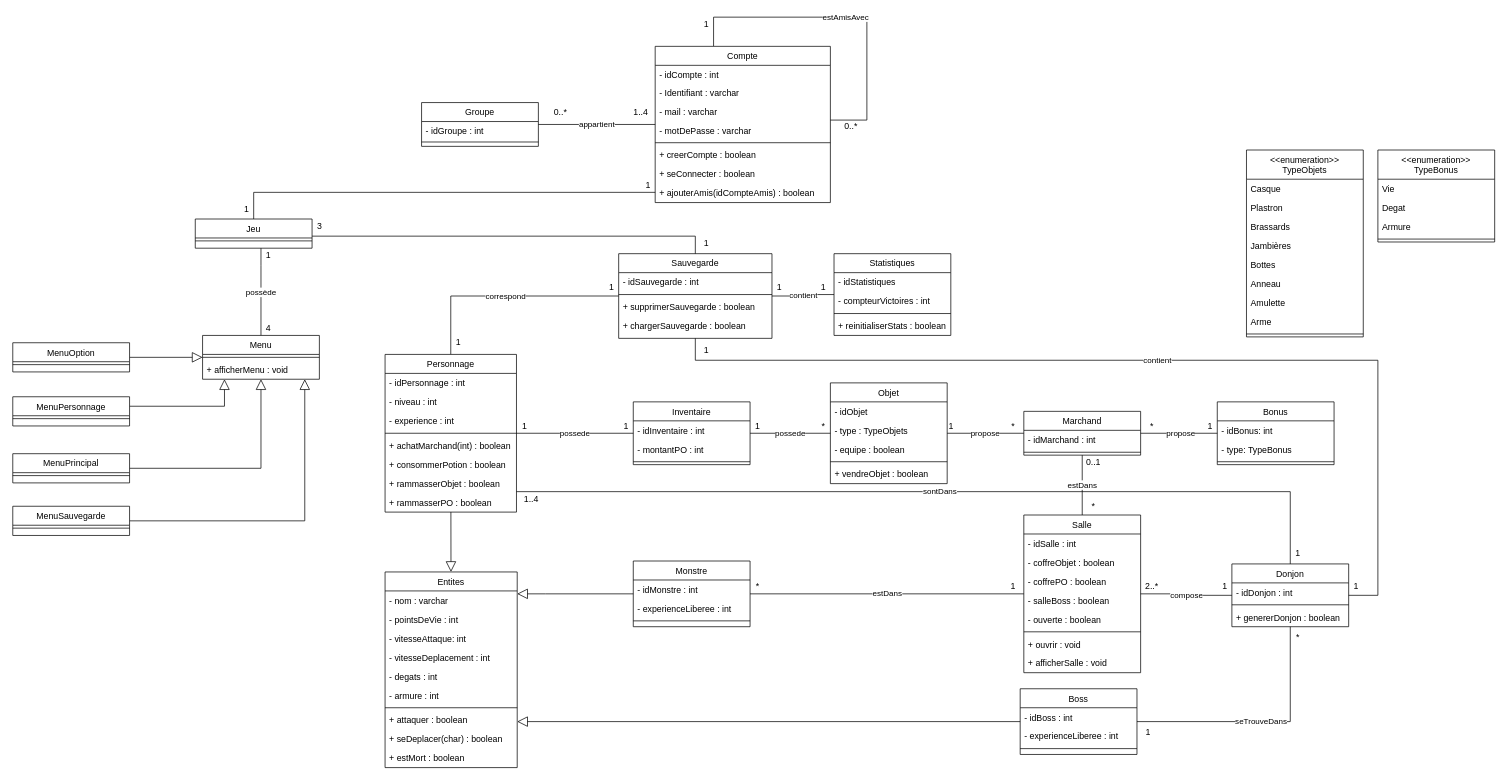
Eoloc/M1MIAGE_ProjetUML keeps this draw.io diagram as Diagrammes/Diagramme de classe/Diagramme de classe.drawio. Above is the earlier version. Source tidied: cells renumbered, new cells numbered last; positions are measured from the earlier drawing's top-left corner, leaving out a move shared by most shapes. Both pictures are drawn from the tidied source at 73%, with x=0, y=0 at pixel (12, 17).
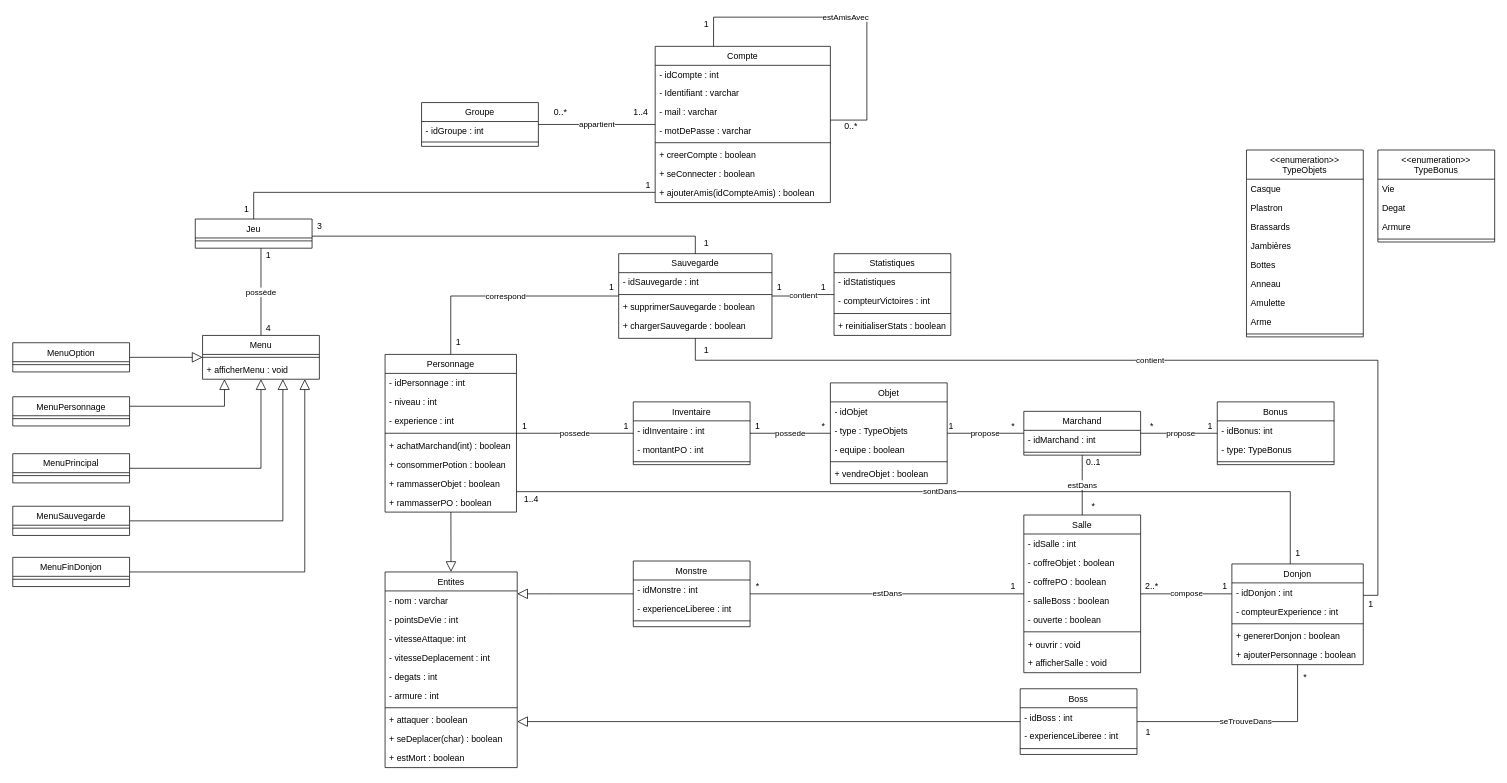
Above is the later version.

Commit message:
Fix diagramme de classe

The change refers to these unchanged cells:
```xml
<mxCell id="97" value="Salle" style="swimlane;fontStyle=0;align=center;verticalAlign=top;horizontal=1;startSize=26;rounded=0;shadow=0;strokeWidth=1;" parent="1" vertex="1">
  <mxGeometry x="1385" y="682" width="160" height="216" as="geometry" />
</mxCell>
<mxCell id="136" value="Menu" style="swimlane;fontStyle=0;align=center;verticalAlign=top;horizontal=1;startSize=26;rounded=0;shadow=0;strokeWidth=1;" parent="1" vertex="1">
  <mxGeometry x="260" y="436" width="160" height="60" as="geometry" />
</mxCell>
<mxCell id="143" value="MenuSauvegarde" style="swimlane;fontStyle=0;align=center;verticalAlign=top;horizontal=1;startSize=26;rounded=0;shadow=0;strokeWidth=1;" parent="1" vertex="1">
  <mxGeometry y="670" width="160" height="40" as="geometry" />
</mxCell>
```

Change to the diagram source:
```diff
@@
     <mxCell id="27" value="*" style="text;html=1;align=center;verticalAlign=middle;" parent="1" vertex="1">
-      <mxGeometry x="1750" y="840" width="20" height="20" as="geometry" />
+      <mxGeometry x="1760" y="895" width="20" height="20" as="geometry" />
     </mxCell>
@@
     <mxCell id="29" value="compose" style="edgeStyle=orthogonalEdgeStyle;rounded=0;jettySize=auto;html=1;startArrow=none;startFill=0;startSize=6;endArrow=none;endFill=0;endSize=12;" parent="1" edge="1" source="97" target="107">
-      <mxGeometry relative="1" as="geometry" />
+      <mxGeometry relative="1" as="geometry">
+        <Array as="points">
+          <mxPoint x="1640" y="790" />
+          <mxPoint x="1640" y="790" />
+        </Array>
+      </mxGeometry>
     </mxCell>
@@
     <mxCell id="107" value="Donjon" style="swimlane;fontStyle=0;align=center;verticalAlign=top;horizontal=1;startSize=26;rounded=0;shadow=0;strokeWidth=1;" parent="1" vertex="1">
-      <mxGeometry x="1670" y="749" width="160" height="86" as="geometry" />
+      <mxGeometry x="1670" y="749" width="180" height="138" as="geometry" />
     </mxCell>
+    <mxCell id="168" value="- idDonjon : int" style="text;align=left;verticalAlign=top;spacingLeft=4;spacingRight=4;overflow=hidden;" parent="107" vertex="1">
+      <mxGeometry y="26" width="180" height="26" as="geometry" />
+    </mxCell>
-    <mxCell id="108" value="- idDonjon : int" style="text;align=left;verticalAlign=top;spacingLeft=4;spacingRight=4;overflow=hidden;" parent="107" vertex="1">
-      <mxGeometry y="26" width="160" height="26" as="geometry" />
+    <mxCell id="108" value="- compteurExperience : int" style="text;align=left;verticalAlign=top;spacingLeft=4;spacingRight=4;overflow=hidden;" parent="107" vertex="1">
+      <mxGeometry y="52" width="180" height="26" as="geometry" />
     </mxCell>
     <mxCell id="109" style="line;html=1;strokeWidth=1;align=left;verticalAlign=middle;spacingTop=-1;spacingLeft=3;spacingRight=3;labelPosition=right;" parent="107" vertex="1">
-      <mxGeometry y="52" width="160" height="8" as="geometry" />
+      <mxGeometry y="78" width="180" height="8" as="geometry" />
     </mxCell>
     <mxCell id="110" value="+ genererDonjon : boolean" style="text;align=left;verticalAlign=top;spacingLeft=4;spacingRight=4;overflow=hidden;rounded=0;shadow=0;html=0;" parent="107" vertex="1">
-      <mxGeometry y="60" width="160" height="26" as="geometry" />
+      <mxGeometry y="86" width="180" height="26" as="geometry" />
     </mxCell>
+    <mxCell id="169" value="+ ajouterPersonnage : boolean" style="text;align=left;verticalAlign=top;spacingLeft=4;spacingRight=4;overflow=hidden;rounded=0;shadow=0;html=0;" parent="107" vertex="1">
+      <mxGeometry y="112" width="180" height="26" as="geometry" />
+    </mxCell>
@@
     <mxCell id="142" style="edgeStyle=orthogonalEdgeStyle;rounded=0;jettySize=auto;html=1;endArrow=block;endFill=0;startSize=6;endSize=12;strokeWidth=1;" parent="1" edge="1" source="143" target="136">
       <mxGeometry relative="1" as="geometry">
         <Array as="points">
-          <mxPoint x="400" y="690" />
+          <mxPoint x="370" y="690" />
         </Array>
       </mxGeometry>
     </mxCell>
@@
     <mxCell id="165" value="1" style="text;html=1;align=center;verticalAlign=middle;strokeColor=none;" parent="1" vertex="1">
-      <mxGeometry x="1830" y="770" width="20" height="20" as="geometry" />
+      <mxGeometry x="1850" y="795" width="20" height="20" as="geometry" />
     </mxCell>
@@
+    <mxCell id="170" style="edgeStyle=orthogonalEdgeStyle;rounded=0;jettySize=auto;html=1;endArrow=block;endFill=0;jumpSize=6;strokeWidth=1;endSize=12;" parent="1" edge="1" source="171" target="136">
+      <mxGeometry relative="1" as="geometry">
+        <Array as="points">
+          <mxPoint x="400" y="760" />
+        </Array>
+      </mxGeometry>
+    </mxCell>
+    <mxCell id="171" value="MenuFinDonjon" style="swimlane;fontStyle=0;align=center;verticalAlign=top;horizontal=1;startSize=26;rounded=0;shadow=0;strokeWidth=1;" parent="1" vertex="1">
+      <mxGeometry y="740" width="160" height="40" as="geometry" />
+    </mxCell>
+    <mxCell id="172" style="line;html=1;strokeWidth=1;align=left;verticalAlign=middle;spacingTop=-1;spacingLeft=3;spacingRight=3;labelPosition=right;" parent="171" vertex="1">
+      <mxGeometry y="26" width="160" height="8" as="geometry" />
+    </mxCell>
```
